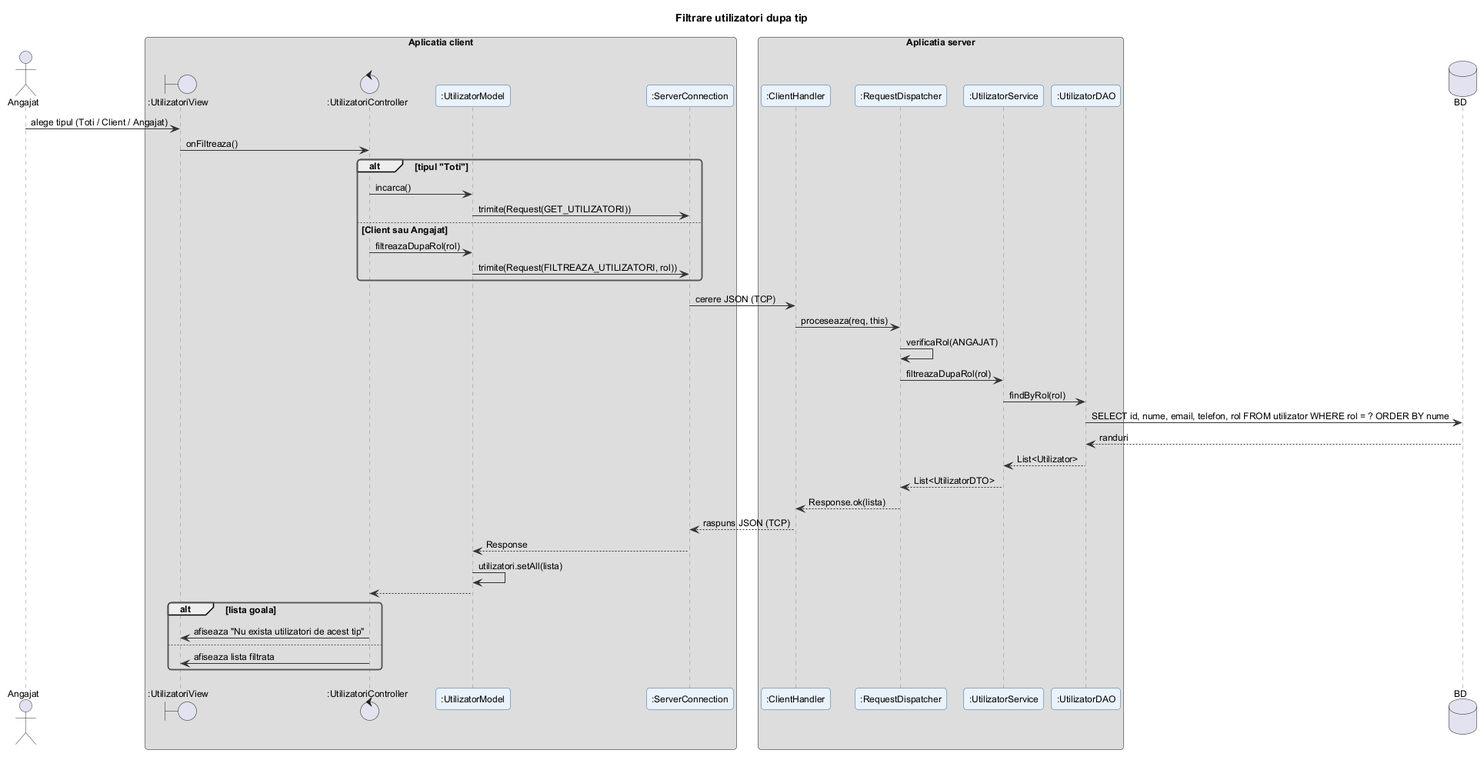
Above: docs/diagrame/6_secventa/filtrare_utilizatori.png in filip-eanu/ProiectIS (PlantUML), before the change.
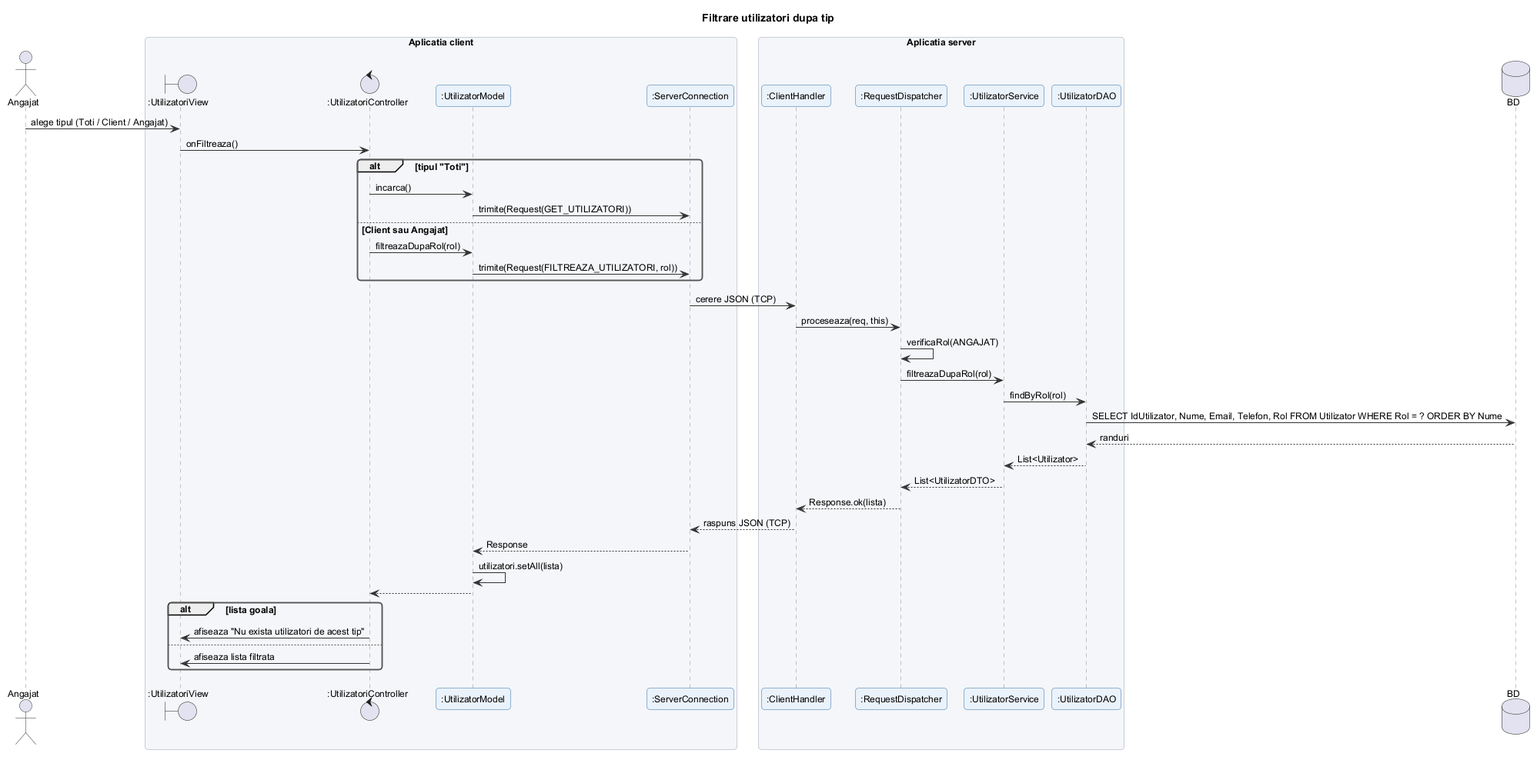
After the change.

Diff of the diagram source:
```diff
@@ -31,7 +31,7 @@
 RD -> RD : verificaRol(ANGAJAT)
 RD -> S : filtreazaDupaRol(rol)
 S -> D : findByRol(rol)
-D -> DB : SELECT id, nume, email, telefon, rol FROM utilizator WHERE rol = ? ORDER BY nume
+D -> DB : SELECT IdUtilizator, Nume, Email, Telefon, Rol FROM Utilizator WHERE Rol = ? ORDER BY Nume
 DB --> D : randuri
 D --> S : List<Utilizator>
 S --> RD : List<UtilizatorDTO>
```
